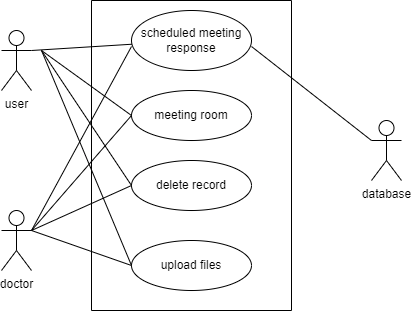
souravbiswassanto/Projects keeps this draw.io diagram as response use case.drawio.png. Above is the earlier version. Source tidied: cells renumbered, new cells last; positions are measured from the earlier drawing's top-left corner, leaving out a move shared by most shapes. The source it was exported from:
```xml
<mxGraphModel>
  <root>
    <mxCell id="0" />
    <mxCell id="1" parent="0" />
    <mxCell id="2" value="user" style="shape=umlActor;verticalLabelPosition=bottom;verticalAlign=top;html=1;" parent="1" vertex="1">
      <mxGeometry y="30" width="30" height="60" as="geometry" />
    </mxCell>
    <mxCell id="3" value="doctor" style="shape=umlActor;verticalLabelPosition=bottom;verticalAlign=top;html=1;" parent="1" vertex="1">
      <mxGeometry y="210" width="30" height="60" as="geometry" />
    </mxCell>
    <mxCell id="4" style="swimlane;startSize=0;" parent="1" vertex="1">
      <mxGeometry x="90" width="200" height="310" as="geometry" />
    </mxCell>
    <mxCell id="5" value="scheduled meeting response" style="ellipse;whiteSpace=wrap;html=1;" parent="4" vertex="1">
      <mxGeometry x="40" y="10" width="120" height="60" as="geometry" />
    </mxCell>
    <mxCell id="6" value="meeting room" style="ellipse;whiteSpace=wrap;html=1;" parent="4" vertex="1">
      <mxGeometry x="40" y="90" width="120" height="50" as="geometry" />
    </mxCell>
    <mxCell id="7" value="delete record" style="ellipse;whiteSpace=wrap;html=1;" parent="4" vertex="1">
      <mxGeometry x="40" y="160" width="120" height="50" as="geometry" />
    </mxCell>
    <mxCell id="8" value="upload files" style="ellipse;whiteSpace=wrap;html=1;" parent="4" vertex="1">
      <mxGeometry x="40" y="240" width="120" height="50" as="geometry" />
    </mxCell>
    <mxCell id="9" value="database" style="shape=umlActor;verticalLabelPosition=bottom;verticalAlign=top;html=1;outlineConnect=0;" parent="1" vertex="1">
      <mxGeometry x="370" y="120" width="30" height="60" as="geometry" />
    </mxCell>
    <mxCell id="10" style="endArrow=none;html=1;rounded=0;" parent="1" edge="1" target="5">
      <mxGeometry relative="1" as="geometry">
        <mxPoint x="30" y="50" as="sourcePoint" />
      </mxGeometry>
    </mxCell>
    <mxCell id="11" style="endArrow=none;html=1;rounded=0;entryX=0;entryY=0.6;entryDx=0;entryDy=0;entryPerimeter=0;" parent="1" edge="1" target="5">
      <mxGeometry relative="1" as="geometry">
        <mxPoint x="30" y="230" as="sourcePoint" />
      </mxGeometry>
    </mxCell>
    <mxCell id="12" style="endArrow=none;html=1;rounded=0;exitX=1;exitY=0.6;exitDx=0;exitDy=0;exitPerimeter=0;entryX=0;entryY=0.3333333333333333;entryDx=0;entryDy=0;entryPerimeter=0;" parent="1" edge="1" source="5" target="9">
      <mxGeometry relative="1" as="geometry" />
    </mxCell>
    <mxCell id="13" style="endArrow=none;html=1;rounded=0;entryX=0;entryY=0.5;entryDx=0;entryDy=0;" parent="1" edge="1" target="6">
      <mxGeometry relative="1" as="geometry">
        <mxPoint x="40" y="50" as="sourcePoint" />
      </mxGeometry>
    </mxCell>
    <mxCell id="14" style="endArrow=none;html=1;rounded=0;entryX=0;entryY=0.5;entryDx=0;entryDy=0;" parent="1" edge="1" target="6">
      <mxGeometry relative="1" as="geometry">
        <mxPoint x="30" y="230" as="sourcePoint" />
      </mxGeometry>
    </mxCell>
    <mxCell id="15" style="endArrow=none;html=1;rounded=0;entryX=0;entryY=0.5;entryDx=0;entryDy=0;" parent="1" edge="1" target="7">
      <mxGeometry relative="1" as="geometry">
        <mxPoint x="30" y="230" as="sourcePoint" />
      </mxGeometry>
    </mxCell>
    <mxCell id="16" style="endArrow=none;html=1;rounded=0;entryX=0;entryY=0.5;entryDx=0;entryDy=0;" parent="1" edge="1" target="7">
      <mxGeometry relative="1" as="geometry">
        <mxPoint x="40" y="50" as="sourcePoint" />
      </mxGeometry>
    </mxCell>
    <mxCell id="17" style="endArrow=none;html=1;rounded=0;entryX=0;entryY=0.5;entryDx=0;entryDy=0;" parent="1" edge="1" target="8">
      <mxGeometry relative="1" as="geometry">
        <mxPoint x="30" y="230" as="sourcePoint" />
      </mxGeometry>
    </mxCell>
    <mxCell id="18" style="endArrow=none;html=1;rounded=0;exitX=0;exitY=0.5;exitDx=0;exitDy=0;" parent="1" edge="1" source="8">
      <mxGeometry relative="1" as="geometry">
        <mxPoint x="40" y="50" as="targetPoint" />
      </mxGeometry>
    </mxCell>
  </root>
</mxGraphModel>
```
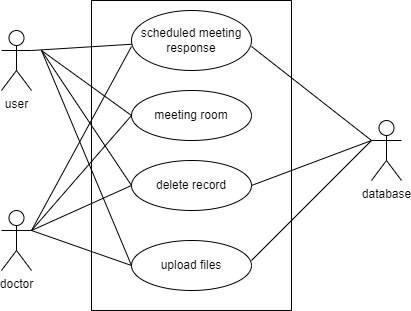
Above is the later version.

The edit, as a diff of the source:
```diff
@@ -69,5 +69,14 @@
         <mxPoint x="40" y="50" as="targetPoint" />
       </mxGeometry>
     </mxCell>
+    <mxCell id="19" style="endArrow=none;html=1;rounded=0;" parent="1" edge="1">
+      <mxGeometry relative="1" as="geometry">
+        <mxPoint x="250" y="260" as="sourcePoint" />
+        <mxPoint x="370" y="140" as="targetPoint" />
+      </mxGeometry>
+    </mxCell>
+    <mxCell id="20" style="endArrow=none;html=1;rounded=0;entryX=0;entryY=0.3333333333333333;entryDx=0;entryDy=0;entryPerimeter=0;exitX=1;exitY=0.5;exitDx=0;exitDy=0;" parent="1" edge="1" source="7" target="9">
+      <mxGeometry relative="1" as="geometry" />
+    </mxCell>
   </root>
 </mxGraphModel>
```
